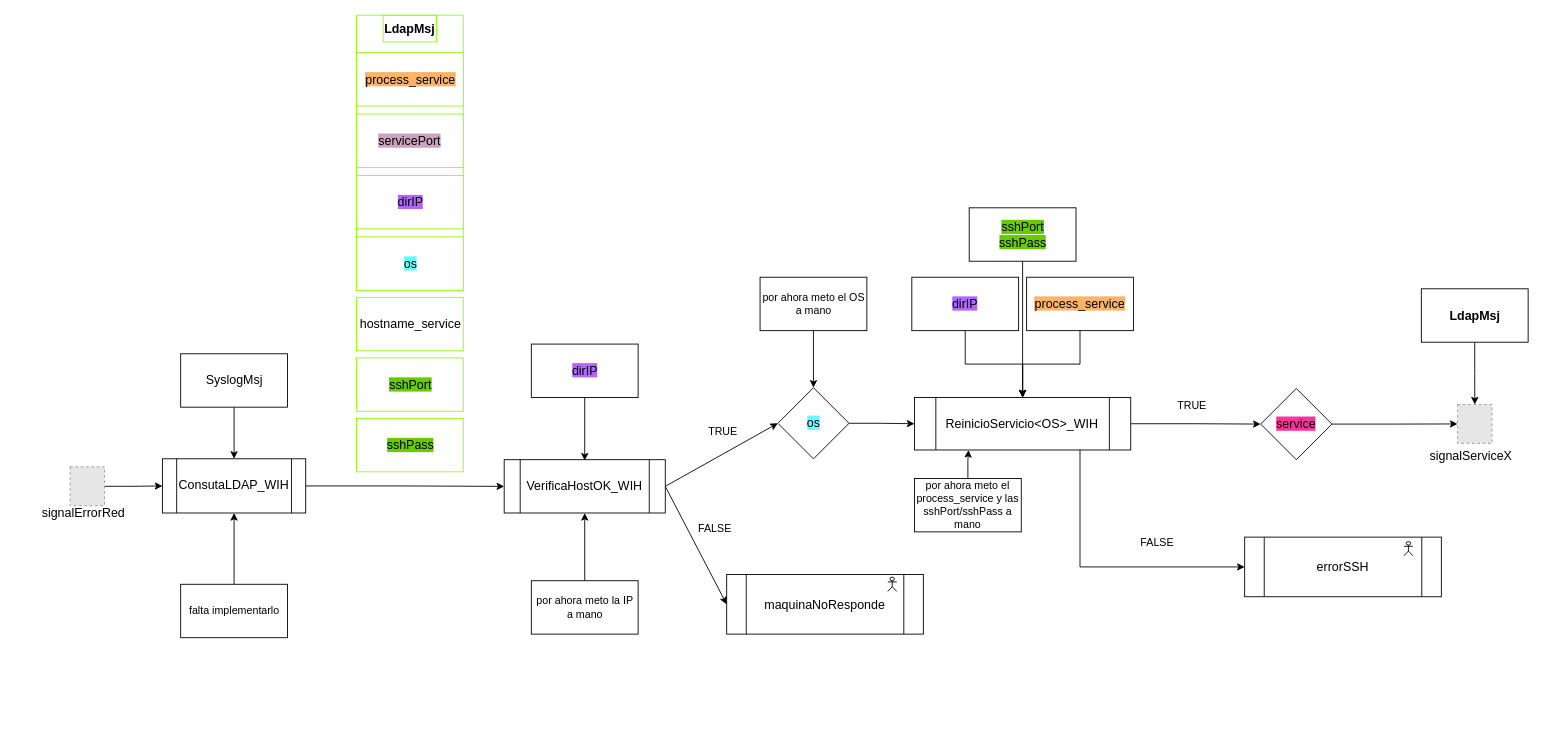
Before: page "serviceNoDisponible" (2 of 4) of esquemaProcesos.drawio in MarianaReyesH/gestionRed, a draw.io diagram. Source tidied: cells renumbered, new cells numbered last; positions are measured from the earlier drawing's top-left corner, leaving out a move shared by most shapes. Both pictures are drawn from the tidied source at 89%, with x=0, y=0 at pixel (15, 15). Pictures stored in the file or linked from it are replaced by grey dashed boxes.
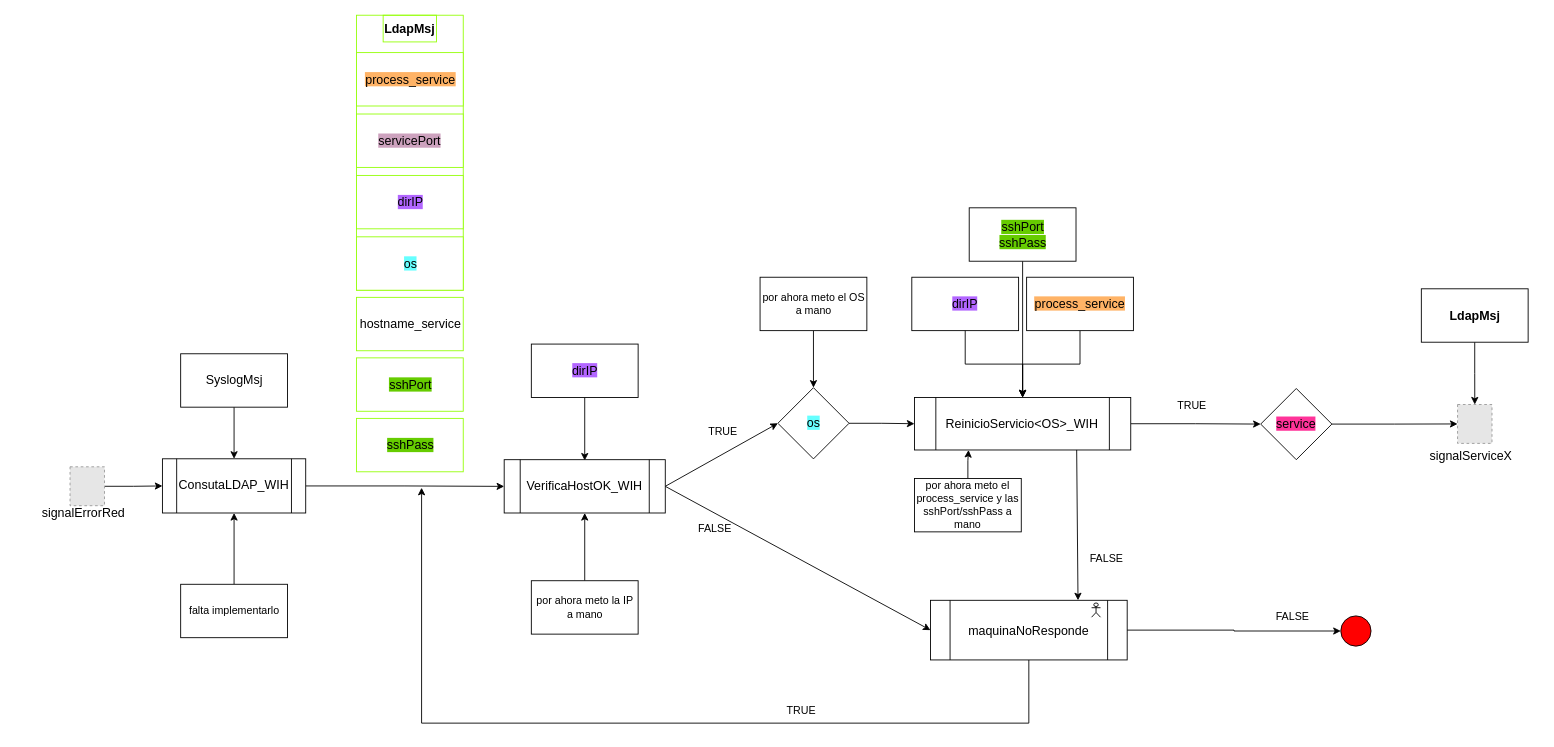
The same page after the edit.

Unchanged cells that the change refers to:
```xml
<mxCell id="19" value="&lt;font style=&quot;font-size: 14px;&quot;&gt;ReinicioServicio&amp;lt;OS&amp;gt;_WIH&lt;/font&gt;" style="shape=process;whiteSpace=wrap;html=1;backgroundOutline=1;" parent="1" vertex="1">
  <mxGeometry x="1010" y="429.1" width="243" height="59" as="geometry" />
</mxCell>
<mxCell id="54" value="&lt;span style=&quot;font-size: 14px;&quot;&gt;maquinaNoResponde&lt;/span&gt;" style="shape=process;whiteSpace=wrap;html=1;backgroundOutline=1;" parent="53" vertex="1">
  <mxGeometry width="221" height="67" as="geometry" />
</mxCell>
```

What changed in the source:
```diff
@@
-    <mxCell id="18" style="edgeStyle=orthogonalEdgeStyle;rounded=0;jettySize=auto;html=1;entryX=0;entryY=0.5;entryDx=0;entryDy=0;" parent="1" edge="1" source="19" target="57">
-      <mxGeometry relative="1" as="geometry">
-        <Array as="points">
-          <mxPoint x="1196" y="620" />
-        </Array>
-      </mxGeometry>
-    </mxCell>
@@
     <mxCell id="44" value="FALSE" style="text;html=1;align=center;verticalAlign=middle;whiteSpace=wrap;rounded=0;" parent="1" vertex="1">
-      <mxGeometry x="1253" y="578" width="60" height="30" as="geometry" />
+      <mxGeometry x="1196" y="595" width="60" height="30" as="geometry" />
     </mxCell>
@@
     <mxCell id="53" style="group;" parent="1" vertex="1">
-      <mxGeometry x="799" y="628" width="221" height="67" as="geometry" />
+      <mxGeometry x="1028" y="657" width="221" height="67" as="geometry" />
     </mxCell>
+    <mxCell id="60" style="edgeStyle=orthogonalEdgeStyle;rounded=0;jettySize=auto;html=1;" parent="53" edge="1" source="54">
+      <mxGeometry relative="1" as="geometry">
+        <mxPoint x="-571.8" y="-126.5" as="targetPoint" />
+        <Array as="points">
+          <mxPoint x="111" y="138" />
+          <mxPoint x="-572" y="138" />
+        </Array>
+      </mxGeometry>
+    </mxCell>
@@
-    <mxCell id="56" style="group;" parent="1" vertex="1">
-      <mxGeometry x="1379" y="586" width="223" height="69" as="geometry" />
-    </mxCell>
-    <mxCell id="57" value="&lt;font style=&quot;font-size: 14px;&quot;&gt;errorSSH&lt;/font&gt;" style="shape=process;whiteSpace=wrap;html=1;backgroundOutline=1;" parent="56" vertex="1">
-      <mxGeometry x="2" width="221" height="67" as="geometry" />
-    </mxCell>
-    <mxCell id="58" style="group;" parent="56" vertex="1">
-      <mxGeometry y="2" width="221" height="67" as="geometry" />
-    </mxCell>
-    <mxCell id="59" style="shape=umlActor;verticalLabelPosition=bottom;verticalAlign=top;html=1;" parent="58" vertex="1">
-      <mxGeometry x="181" y="3" width="10" height="16" as="geometry" />
-    </mxCell>
+    <mxCell id="61" style="endArrow=classic;html=1;rounded=0;exitX=0.75;exitY=1;exitDx=0;exitDy=0;entryX=0.75;entryY=0;entryDx=0;entryDy=0;" parent="1" edge="1" source="19" target="54">
+      <mxGeometry relative="1" as="geometry" />
+    </mxCell>
+    <mxCell id="62" style="ellipse;whiteSpace=wrap;html=1;fillColor=#FF0000;" parent="1" vertex="1">
+      <mxGeometry x="1489" y="674.5" width="34" height="34" as="geometry" />
+    </mxCell>
+    <mxCell id="63" style="edgeStyle=orthogonalEdgeStyle;rounded=0;jettySize=auto;html=1;entryX=0;entryY=0.5;entryDx=0;entryDy=0;" parent="1" edge="1" source="54" target="62">
+      <mxGeometry relative="1" as="geometry" />
+    </mxCell>
+    <mxCell id="64" value="FALSE" style="text;html=1;align=center;verticalAlign=middle;whiteSpace=wrap;rounded=0;" parent="1" vertex="1">
+      <mxGeometry x="1405" y="661" width="60" height="30" as="geometry" />
+    </mxCell>
+    <mxCell id="65" value="TRUE" style="text;html=1;align=center;verticalAlign=middle;whiteSpace=wrap;rounded=0;" parent="1" vertex="1">
+      <mxGeometry x="853" y="766" width="60" height="30" as="geometry" />
+    </mxCell>
```
